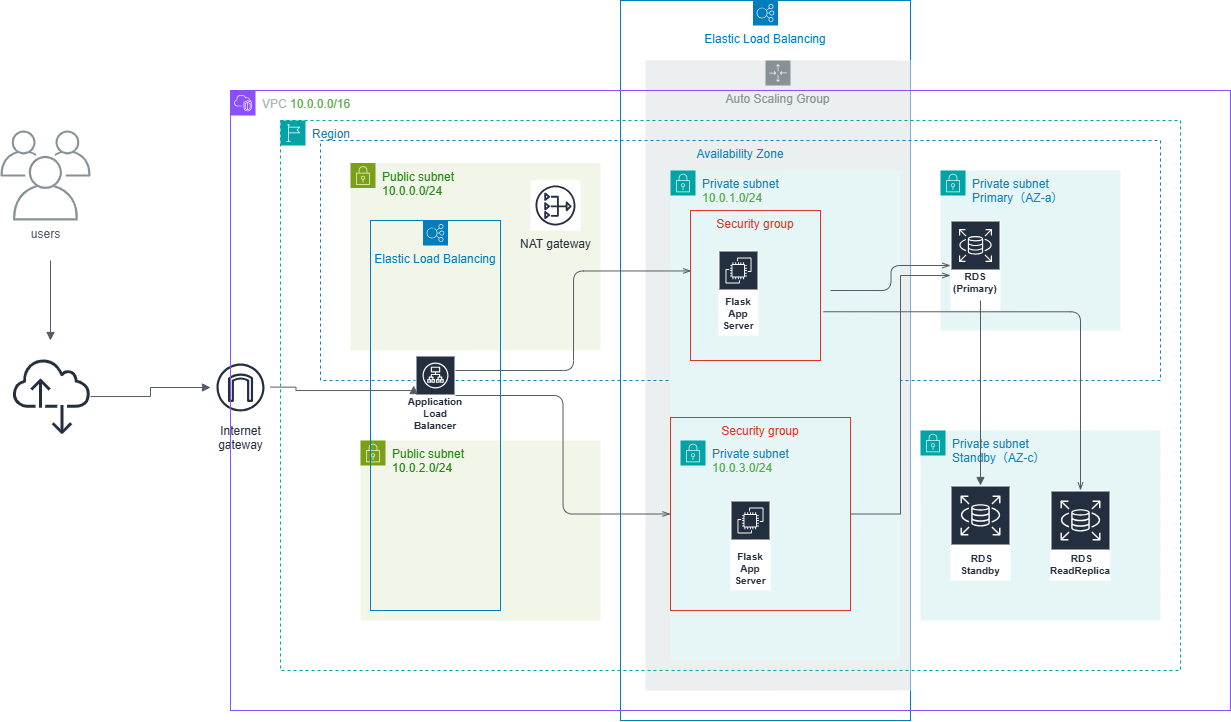
This is diagrams/aws-3tier-terraform-multi-AZ_employee_search.png from yoshihbk/aws-3tier-terraform-multi-AZ_employee_search, a draw.io export, as it was before one commit. Source tidied: cells renumbered, new cells last; positions are measured from the earlier drawing's top-left corner, leaving out a move shared by most shapes.
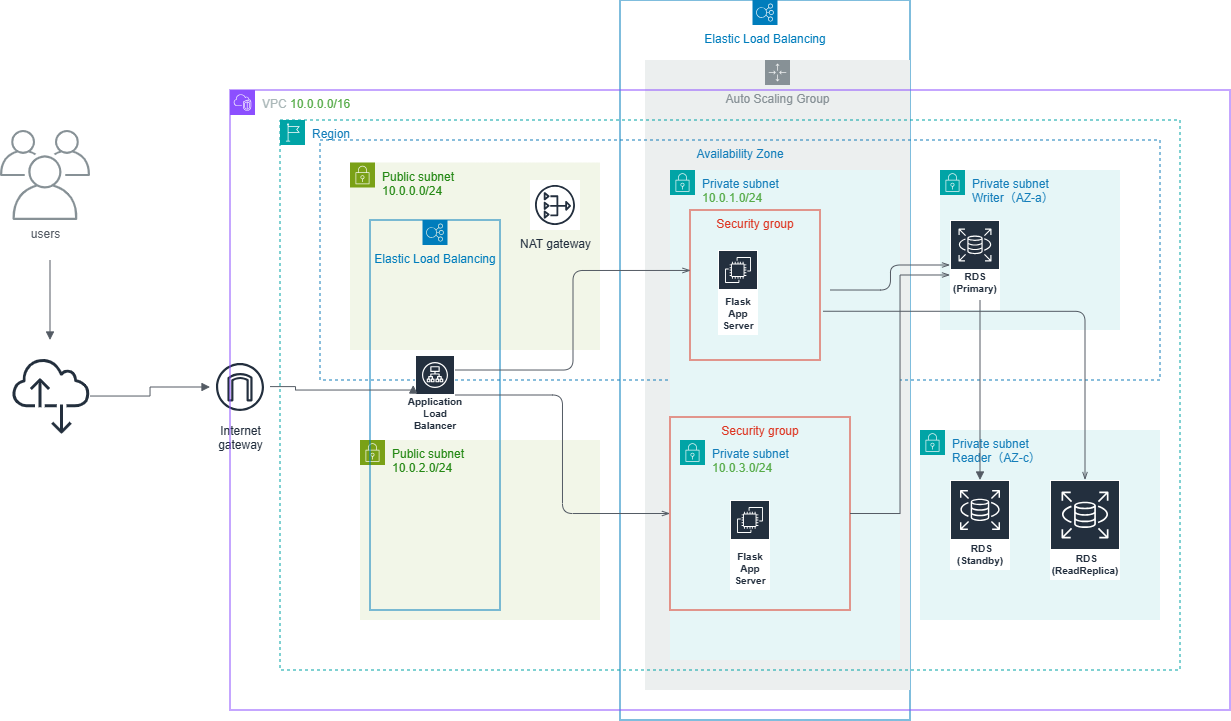
The same diagram one commit later.

What changed in the source:
```diff
@@ -5,11 +5,11 @@
     <mxCell id="2" value="Elastic Load Balancing" style="sketch=0;gradientColor=none;html=1;whiteSpace=wrap;fontSize=12;fontStyle=0;shape=mxgraph.aws4.groupCenter;grIcon=mxgraph.aws4.group_elastic_load_balancing;grStroke=1;strokeColor=#007DBC;fillColor=none;verticalAlign=top;align=center;fontColor=#007DBC;dashed=0;spacingTop=25;" parent="1" vertex="1">
       <mxGeometry x="620" width="290" height="720" as="geometry" />
     </mxCell>
-    <mxCell id="3" value="Private subnet&lt;div&gt;Standby（AZ-c）&lt;/div&gt;" style="gradientColor=none;html=1;whiteSpace=wrap;fontSize=12;fontStyle=0;shape=mxgraph.aws4.group;grIcon=mxgraph.aws4.group_security_group;grStroke=0;strokeColor=#00A4A6;fillColor=#E6F6F7;verticalAlign=top;align=left;spacingLeft=30;fontColor=#147EBA;dashed=0;" parent="1" vertex="1">
+    <mxCell id="3" value="Private subnet&lt;div&gt;Reader（AZ-c）&lt;/div&gt;" style="gradientColor=none;html=1;whiteSpace=wrap;fontSize=12;fontStyle=0;shape=mxgraph.aws4.group;grIcon=mxgraph.aws4.group_security_group;grStroke=0;strokeColor=#00A4A6;fillColor=#E6F6F7;verticalAlign=top;align=left;spacingLeft=30;fontColor=#147EBA;dashed=0;" parent="1" vertex="1">
       <mxGeometry x="920" y="430" width="240" height="190" as="geometry" />
     </mxCell>
-    <mxCell id="4" value="&amp;nbsp;RDS&lt;br&gt;Standby" style="sketch=0;outlineConnect=0;fontColor=#232F3E;gradientColor=none;strokeColor=#ffffff;fillColor=#232F3E;dashed=0;verticalLabelPosition=middle;verticalAlign=bottom;align=center;html=1;whiteSpace=wrap;fontSize=10;fontStyle=1;spacing=3;shape=mxgraph.aws4.productIcon;prIcon=mxgraph.aws4.rds;" parent="3" vertex="1">
-      <mxGeometry x="30" y="55" width="60" height="95" as="geometry" />
+    <mxCell id="4" value="&amp;nbsp;RDS&lt;br&gt;(Standby&lt;span style=&quot;background-color: transparent; color: light-dark(rgb(35, 47, 62), rgb(189, 199, 212));&quot;&gt;)&lt;/span&gt;" style="sketch=0;outlineConnect=0;fontColor=#232F3E;gradientColor=none;strokeColor=#ffffff;fillColor=#232F3E;dashed=0;verticalLabelPosition=middle;verticalAlign=bottom;align=center;html=1;whiteSpace=wrap;fontSize=10;fontStyle=1;spacing=3;shape=mxgraph.aws4.productIcon;prIcon=mxgraph.aws4.rds;" parent="3" vertex="1">
+      <mxGeometry x="30" y="50" width="60" height="90" as="geometry" />
     </mxCell>
     <mxCell id="5" value="Auto Scaling Group" style="sketch=0;gradientColor=none;html=1;whiteSpace=wrap;fontSize=12;fontStyle=0;shape=mxgraph.aws4.groupCenter;grIcon=mxgraph.aws4.group_auto_scaling_group;grStroke=0;strokeColor=#879196;fillColor=#ECEFEF;verticalAlign=top;align=center;fontColor=#879196;dashed=0;spacingTop=25;" parent="1" vertex="1">
       <mxGeometry x="645" y="60" width="265" height="630" as="geometry" />
@@ -41,7 +41,7 @@
     <mxCell id="14" value="&lt;div&gt;Flask App Server&lt;/div&gt;" style="sketch=0;fontColor=#232F3E;gradientColor=none;strokeColor=#ffffff;fillColor=#232F3E;dashed=0;verticalLabelPosition=middle;verticalAlign=bottom;align=center;html=1;whiteSpace=wrap;fontSize=10;fontStyle=1;spacing=3;shape=mxgraph.aws4.productIcon;prIcon=mxgraph.aws4.ec2;" parent="12" vertex="1">
       <mxGeometry x="48" y="80" width="40" height="85" as="geometry" />
     </mxCell>
-    <mxCell id="15" value="Private subnet&lt;div&gt;Primary（AZ-a）&lt;/div&gt;" style="gradientColor=none;html=1;whiteSpace=wrap;fontSize=12;fontStyle=0;shape=mxgraph.aws4.group;grIcon=mxgraph.aws4.group_security_group;grStroke=0;strokeColor=#00A4A6;fillColor=#E6F6F7;verticalAlign=top;align=left;spacingLeft=30;fontColor=#147EBA;dashed=0;" parent="1" vertex="1">
+    <mxCell id="15" value="Private subnet&lt;div&gt;Writer（AZ-a）&lt;/div&gt;" style="gradientColor=none;html=1;whiteSpace=wrap;fontSize=12;fontStyle=0;shape=mxgraph.aws4.group;grIcon=mxgraph.aws4.group_security_group;grStroke=0;strokeColor=#00A4A6;fillColor=#E6F6F7;verticalAlign=top;align=left;spacingLeft=30;fontColor=#147EBA;dashed=0;" parent="1" vertex="1">
       <mxGeometry x="940" y="170" width="180" height="160" as="geometry" />
     </mxCell>
     <mxCell id="16" value="RDS&lt;div&gt;(Primary)&lt;div&gt;&lt;br&gt;&lt;/div&gt;&lt;/div&gt;" style="sketch=0;outlineConnect=0;fontColor=#232F3E;gradientColor=none;strokeColor=#ffffff;fillColor=#232F3E;dashed=0;verticalLabelPosition=middle;verticalAlign=bottom;align=center;html=1;whiteSpace=wrap;fontSize=10;fontStyle=1;spacing=3;shape=mxgraph.aws4.productIcon;prIcon=mxgraph.aws4.rds;" parent="15" vertex="1">
@@ -90,8 +90,8 @@
         <mxPoint x="270" y="386.6" as="sourcePoint" />
       </mxGeometry>
     </mxCell>
-    <mxCell id="29" value="&amp;nbsp;RDS&lt;br&gt;ReadReplica" style="sketch=0;outlineConnect=0;fontColor=#232F3E;gradientColor=none;strokeColor=#ffffff;fillColor=#232F3E;dashed=0;verticalLabelPosition=middle;verticalAlign=bottom;align=center;html=1;whiteSpace=wrap;fontSize=10;fontStyle=1;spacing=3;shape=mxgraph.aws4.productIcon;prIcon=mxgraph.aws4.rds;" parent="1" vertex="1">
-      <mxGeometry x="1050" y="490" width="60" height="90" as="geometry" />
+    <mxCell id="29" value="&amp;nbsp;RDS&lt;br&gt;(ReadReplica&lt;span style=&quot;background-color: transparent; color: light-dark(rgb(35, 47, 62), rgb(189, 199, 212));&quot;&gt;)&lt;/span&gt;" style="sketch=0;outlineConnect=0;fontColor=#232F3E;gradientColor=none;strokeColor=#ffffff;fillColor=#232F3E;dashed=0;verticalLabelPosition=middle;verticalAlign=bottom;align=center;html=1;whiteSpace=wrap;fontSize=10;fontStyle=1;spacing=3;shape=mxgraph.aws4.productIcon;prIcon=mxgraph.aws4.rds;" parent="1" vertex="1">
+      <mxGeometry x="1050" y="480" width="70" height="100" as="geometry" />
     </mxCell>
     <mxCell id="30" style="edgeStyle=orthogonalEdgeStyle;html=1;endArrow=openThin;elbow=vertical;startArrow=none;endFill=0;strokeColor=#545B64;rounded=1;curved=0;entryX=0.005;entryY=0.403;entryDx=0;entryDy=0;entryPerimeter=0;" parent="1" edge="1" target="13">
       <mxGeometry relative="1" as="geometry">
```
